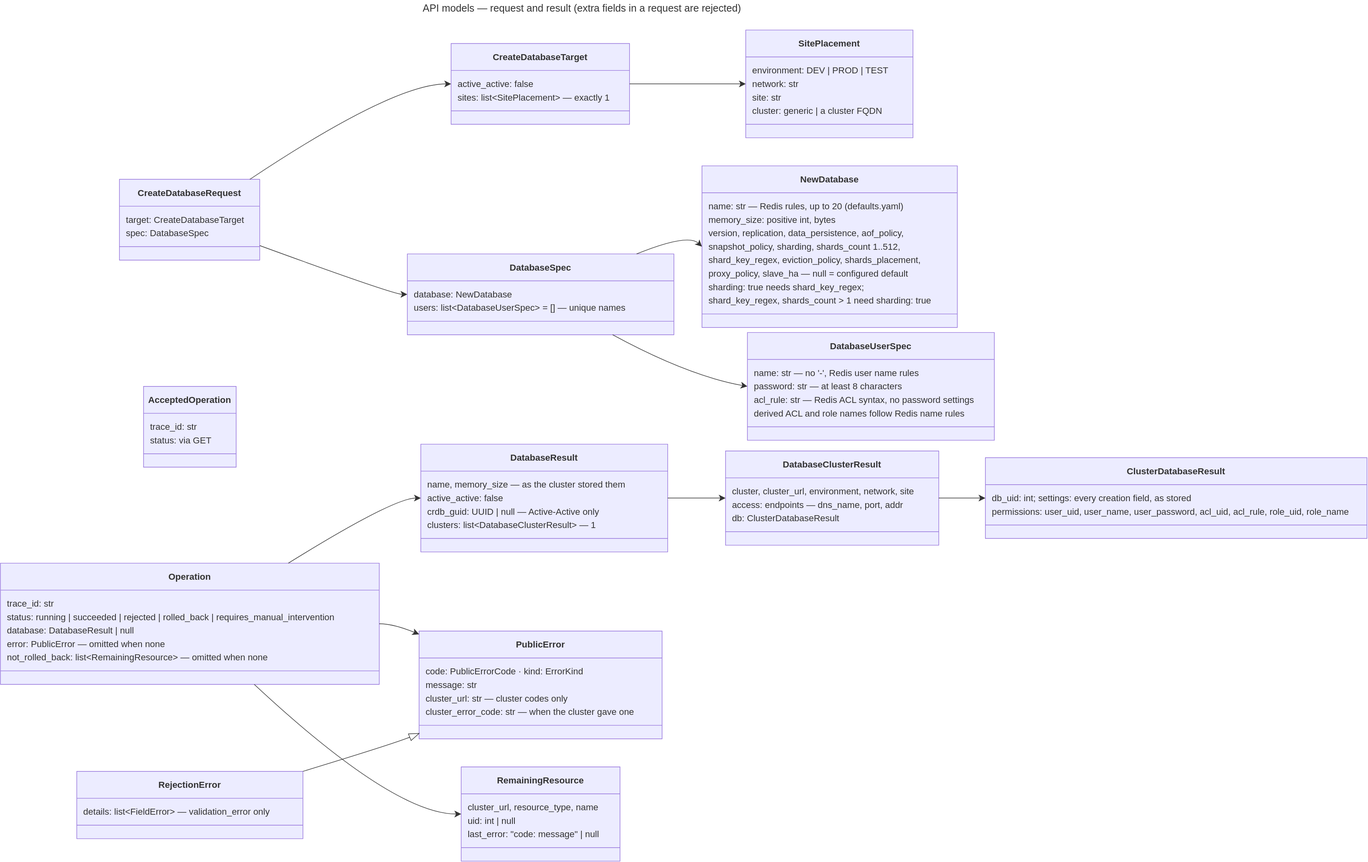
EliShteinman/redis-enterprise-services keeps this draw.io diagram as docs/diagrams/19-api-models-create.drawio.svg. Above is the earlier version. Source tidied: cells renumbered, new cells last; positions are measured from the earlier drawing's top-left corner, leaving out a move shared by most shapes.
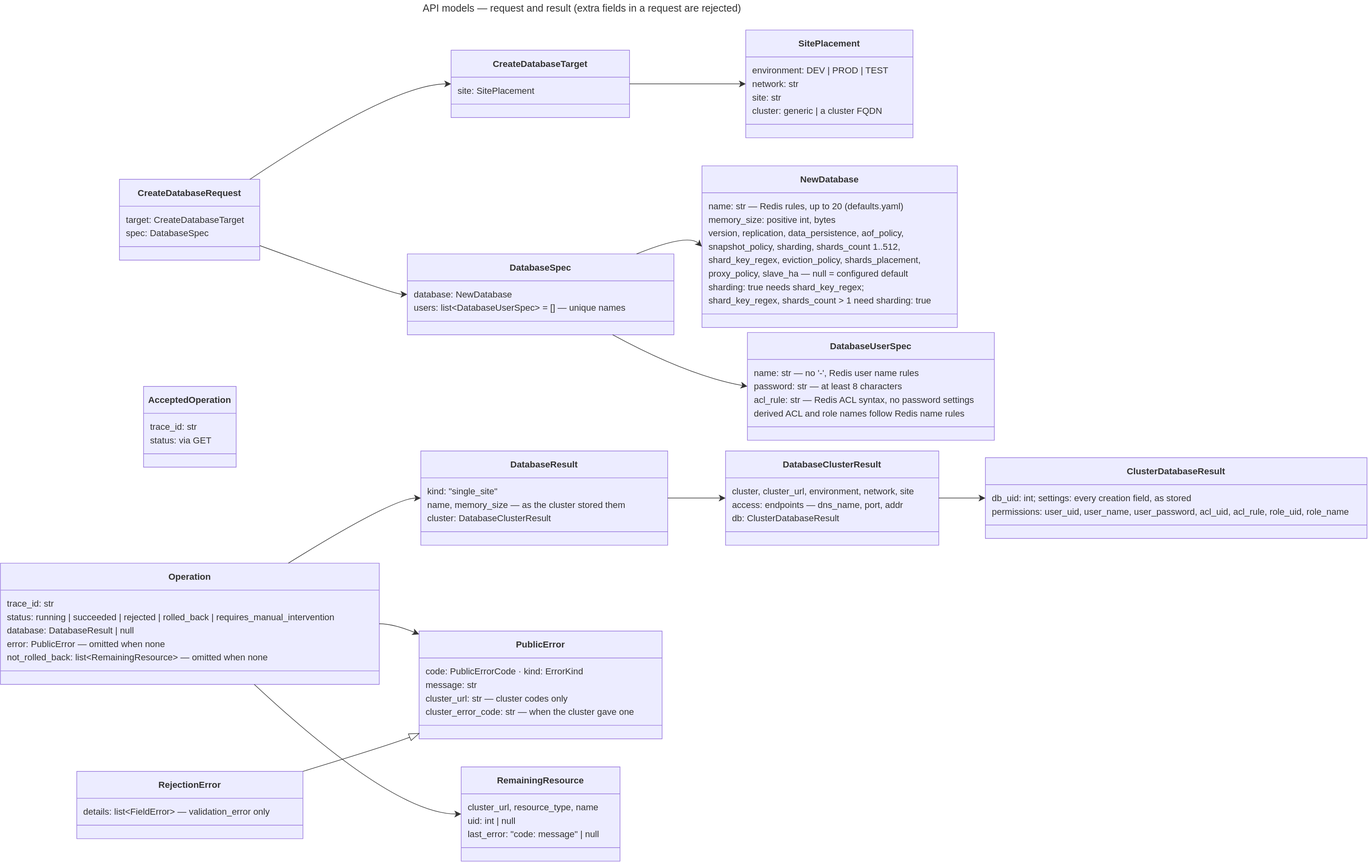
After the change.

Commit message:
docs(contract): the single-site request targets one site and its result carries kind and one cluster

The edit, as a diff of the source:
```diff
@@ -15,16 +15,13 @@
       <mxGeometry y="108" width="250" height="24" as="geometry" />
     </mxCell>
     <mxCell id="6" value="&lt;b&gt;CreateDatabaseTarget&lt;/b&gt;" style="swimlane;html=1;fontStyle=1;fontSize=16;align=center;verticalAlign=middle;horizontal=1;startSize=48;swimlaneFillColor=light-dark(#ECECFF,#1f2020);whiteSpace=wrap;fillColor=light-dark(#ECECFF,#1f2020);strokeColor=light-dark(#9370DB,#cccccc);fontColor=light-dark(#333333,#cccccc);fontFamily=Trebuchet MS,Verdana,Arial,sans-serif;" parent="1" vertex="1">
-      <mxGeometry x="803" y="77" width="318" height="144" as="geometry" />
+      <mxGeometry x="803" y="89" width="318" height="120" as="geometry" />
     </mxCell>
-    <mxCell id="7" value="active_active: false" style="text;fontSize=16;strokeColor=none;fillColor=none;align=left;verticalAlign=middle;spacingLeft=10;spacingRight=12;spacingBottom=2;overflow=hidden;fontFamily=Trebuchet MS,Verdana,Arial,sans-serif;fontColor=light-dark(#333333,#cccccc);" parent="6" vertex="1">
-      <mxGeometry y="60" width="318" height="24" as="geometry" />
-    </mxCell>
-    <mxCell id="8" value="sites: list&lt;SitePlacement&gt; — exactly 1" style="text;fontSize=16;strokeColor=none;fillColor=none;align=left;verticalAlign=middle;spacingLeft=10;spacingRight=12;spacingBottom=2;overflow=hidden;fontFamily=Trebuchet MS,Verdana,Arial,sans-serif;fontColor=light-dark(#333333,#cccccc);" parent="6" vertex="1">
-      <mxGeometry y="84" width="318" height="24" as="geometry" />
+    <mxCell id="8" value="site: SitePlacement" style="text;fontSize=16;strokeColor=none;fillColor=none;align=left;verticalAlign=middle;spacingLeft=10;spacingRight=12;spacingBottom=2;overflow=hidden;fontFamily=Trebuchet MS,Verdana,Arial,sans-serif;fontColor=light-dark(#333333,#cccccc);" parent="6" vertex="1">
+      <mxGeometry y="60" width="318" height="24" as="geometry" />
     </mxCell>
     <mxCell id="9" style="line;strokeWidth=1;fillColor=none;spacingLeft=3;spacingRight=3;strokeColor=inherit;" parent="6" vertex="1">
-      <mxGeometry y="108" width="318" height="24" as="geometry" />
+      <mxGeometry y="84" width="318" height="24" as="geometry" />
     </mxCell>
     <mxCell id="10" value="&lt;b&gt;SitePlacement&lt;/b&gt;" style="swimlane;html=1;fontStyle=1;fontSize=16;align=center;verticalAlign=middle;horizontal=1;startSize=48;swimlaneFillColor=light-dark(#ECECFF,#1f2020);whiteSpace=wrap;fillColor=light-dark(#ECECFF,#1f2020);strokeColor=light-dark(#9370DB,#cccccc);fontColor=light-dark(#333333,#cccccc);fontFamily=Trebuchet MS,Verdana,Arial,sans-serif;" parent="1" vertex="1">
       <mxGeometry x="1328" y="53" width="298" height="192" as="geometry" />
@@ -138,22 +135,19 @@
       <mxGeometry y="180" width="675" height="24" as="geometry" />
     </mxCell>
     <mxCell id="47" value="&lt;b&gt;DatabaseResult&lt;/b&gt;" style="swimlane;html=1;fontStyle=1;fontSize=16;align=center;verticalAlign=middle;horizontal=1;startSize=48;swimlaneFillColor=light-dark(#ECECFF,#1f2020);whiteSpace=wrap;fillColor=light-dark(#ECECFF,#1f2020);strokeColor=light-dark(#9370DB,#cccccc);fontColor=light-dark(#333333,#cccccc);fontFamily=Trebuchet MS,Verdana,Arial,sans-serif;" parent="1" vertex="1">
-      <mxGeometry x="749" y="791" width="440" height="192" as="geometry" />
+      <mxGeometry x="749" y="803" width="440" height="168" as="geometry" />
     </mxCell>
     <mxCell id="48" value="name, memory_size — as the cluster stored them" style="text;fontSize=16;strokeColor=none;fillColor=none;align=left;verticalAlign=middle;spacingLeft=10;spacingRight=12;spacingBottom=2;overflow=hidden;fontFamily=Trebuchet MS,Verdana,Arial,sans-serif;fontColor=light-dark(#333333,#cccccc);" parent="47" vertex="1">
-      <mxGeometry y="60" width="440" height="24" as="geometry" />
+      <mxGeometry y="84" width="440" height="24" as="geometry" />
     </mxCell>
-    <mxCell id="49" value="active_active: false" style="text;fontSize=16;strokeColor=none;fillColor=none;align=left;verticalAlign=middle;spacingLeft=10;spacingRight=12;spacingBottom=2;overflow=hidden;fontFamily=Trebuchet MS,Verdana,Arial,sans-serif;fontColor=light-dark(#333333,#cccccc);" parent="47" vertex="1">
-      <mxGeometry y="84" width="440" height="24" as="geometry" />
+    <mxCell id="49" value="kind: &quot;single_site&quot;" style="text;fontSize=16;strokeColor=none;fillColor=none;align=left;verticalAlign=middle;spacingLeft=10;spacingRight=12;spacingBottom=2;overflow=hidden;fontFamily=Trebuchet MS,Verdana,Arial,sans-serif;fontColor=light-dark(#333333,#cccccc);" parent="47" vertex="1">
+      <mxGeometry y="60" width="440" height="24" as="geometry" />
     </mxCell>
-    <mxCell id="50" value="crdb_guid: UUID | null — Active-Active only" style="text;fontSize=16;strokeColor=none;fillColor=none;align=left;verticalAlign=middle;spacingLeft=10;spacingRight=12;spacingBottom=2;overflow=hidden;fontFamily=Trebuchet MS,Verdana,Arial,sans-serif;fontColor=light-dark(#333333,#cccccc);" parent="47" vertex="1">
-      <mxGeometry y="108" width="440" height="24" as="geometry" />
-    </mxCell>
-    <mxCell id="51" value="clusters: list&lt;DatabaseClusterResult&gt; — 1" style="text;fontSize=16;strokeColor=none;fillColor=none;align=left;verticalAlign=middle;spacingLeft=10;spacingRight=12;spacingBottom=2;overflow=hidden;fontFamily=Trebuchet MS,Verdana,Arial,sans-serif;fontColor=light-dark(#333333,#cccccc);" parent="47" vertex="1">
-      <mxGeometry y="132" width="440" height="24" as="geometry" />
+    <mxCell id="51" value="cluster: DatabaseClusterResult" style="text;fontSize=16;strokeColor=none;fillColor=none;align=left;verticalAlign=middle;spacingLeft=10;spacingRight=12;spacingBottom=2;overflow=hidden;fontFamily=Trebuchet MS,Verdana,Arial,sans-serif;fontColor=light-dark(#333333,#cccccc);" parent="47" vertex="1">
+      <mxGeometry y="108" width="440" height="24" as="geometry" />
     </mxCell>
     <mxCell id="52" style="line;strokeWidth=1;fillColor=none;spacingLeft=3;spacingRight=3;strokeColor=inherit;" parent="47" vertex="1">
-      <mxGeometry y="156" width="440" height="24" as="geometry" />
+      <mxGeometry y="132" width="440" height="24" as="geometry" />
     </mxCell>
     <mxCell id="53" value="&lt;b&gt;DatabaseClusterResult&lt;/b&gt;" style="swimlane;html=1;fontStyle=1;fontSize=16;align=center;verticalAlign=middle;horizontal=1;startSize=48;swimlaneFillColor=light-dark(#ECECFF,#1f2020);whiteSpace=wrap;fillColor=light-dark(#ECECFF,#1f2020);strokeColor=light-dark(#9370DB,#cccccc);fontColor=light-dark(#333333,#cccccc);fontFamily=Trebuchet MS,Verdana,Arial,sans-serif;" parent="1" vertex="1">
       <mxGeometry x="1292" y="803" width="380" height="168" as="geometry" />
```
